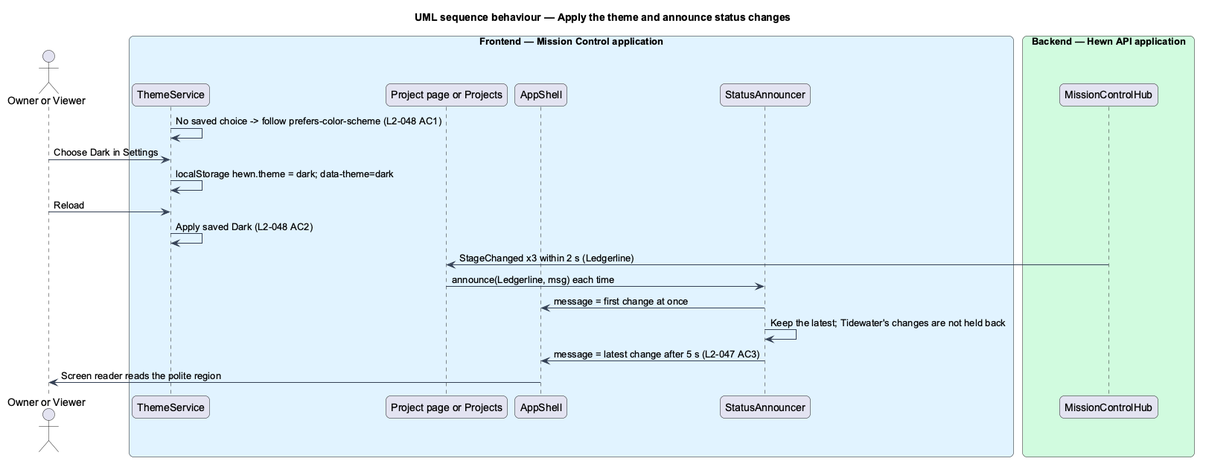
QuinntyneBrown/hewn keeps this PlantUML diagram as docs/detailed-designs/mission-control/responsive-accessible-ui/diagrams/sequence-theme-and-announce.png. Above is the earlier version.
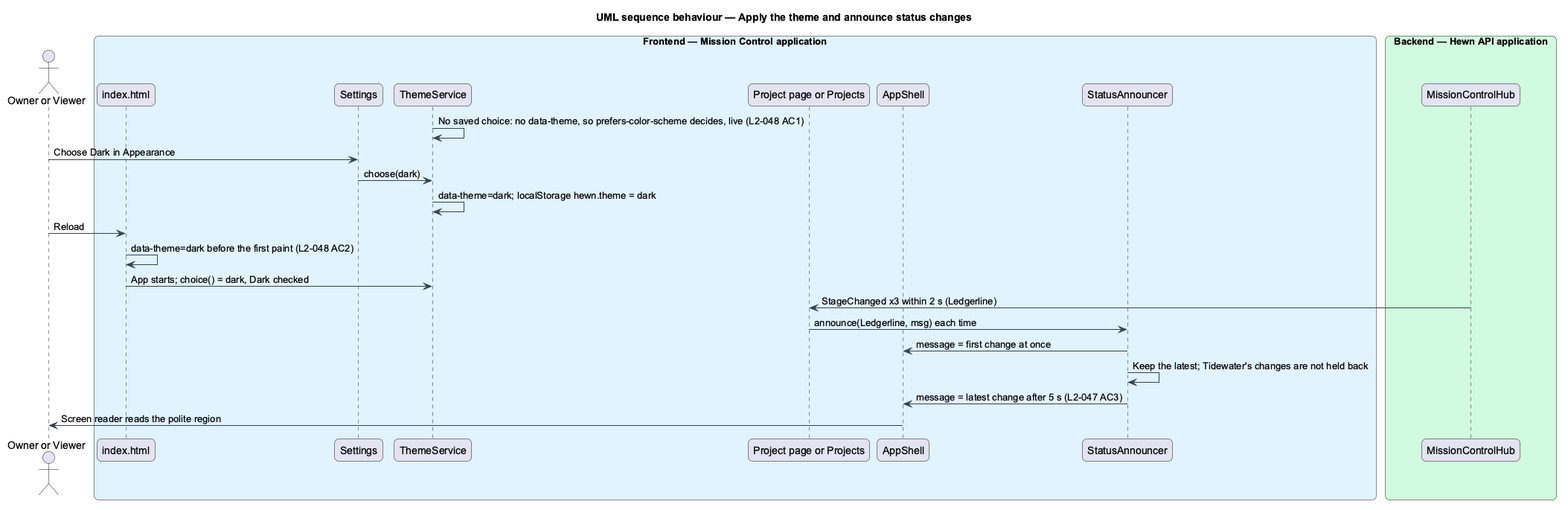
Above is the later version.

Change to the diagram source:
```diff
@@ -17,6 +17,8 @@
 skinparam sequenceMessageAlign left
 actor "Owner or Viewer" as user
 box "Frontend — Mission Control application" #E0F2FE
+  participant "index.html" as boot
+  participant "Settings" as settings
   participant "ThemeService" as theme
   participant "Project page or Projects" as live
   participant "AppShell" as shell
@@ -25,11 +27,13 @@
 box "Backend — Hewn API application" #D1FADF
   participant "MissionControlHub" as hub
 end box
-theme -> theme : No saved choice -> follow prefers-color-scheme (L2-048 AC1)
-user -> theme : Choose Dark in Settings
-theme -> theme : localStorage hewn.theme = dark; data-theme=dark
-user -> theme : Reload
-theme -> theme : Apply saved Dark (L2-048 AC2)
+theme -> theme : No saved choice: no data-theme, so prefers-color-scheme decides, live (L2-048 AC1)
+user -> settings : Choose Dark in Appearance
+settings -> theme : choose(dark)
+theme -> theme : data-theme=dark; localStorage hewn.theme = dark
+user -> boot : Reload
+boot -> boot : data-theme=dark before the first paint (L2-048 AC2)
+boot -> theme : App starts; choice() = dark, Dark checked
 hub -> live : StageChanged x3 within 2 s (Ledgerline)
 live -> ann : announce(Ledgerline, msg) each time
 ann -> shell : message = first change at once
```
